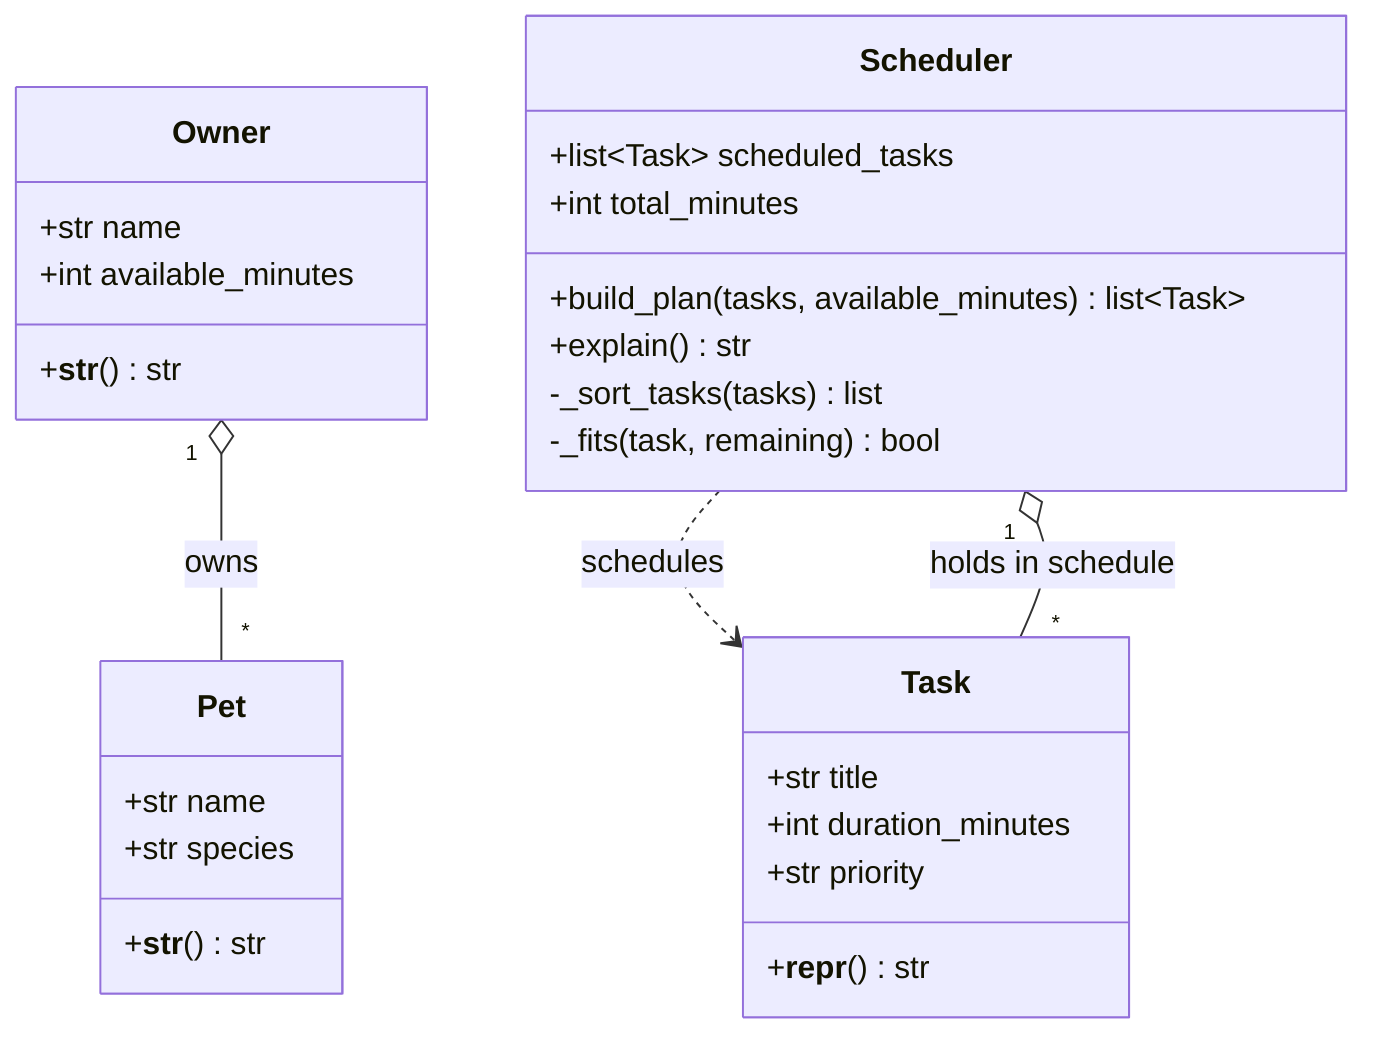
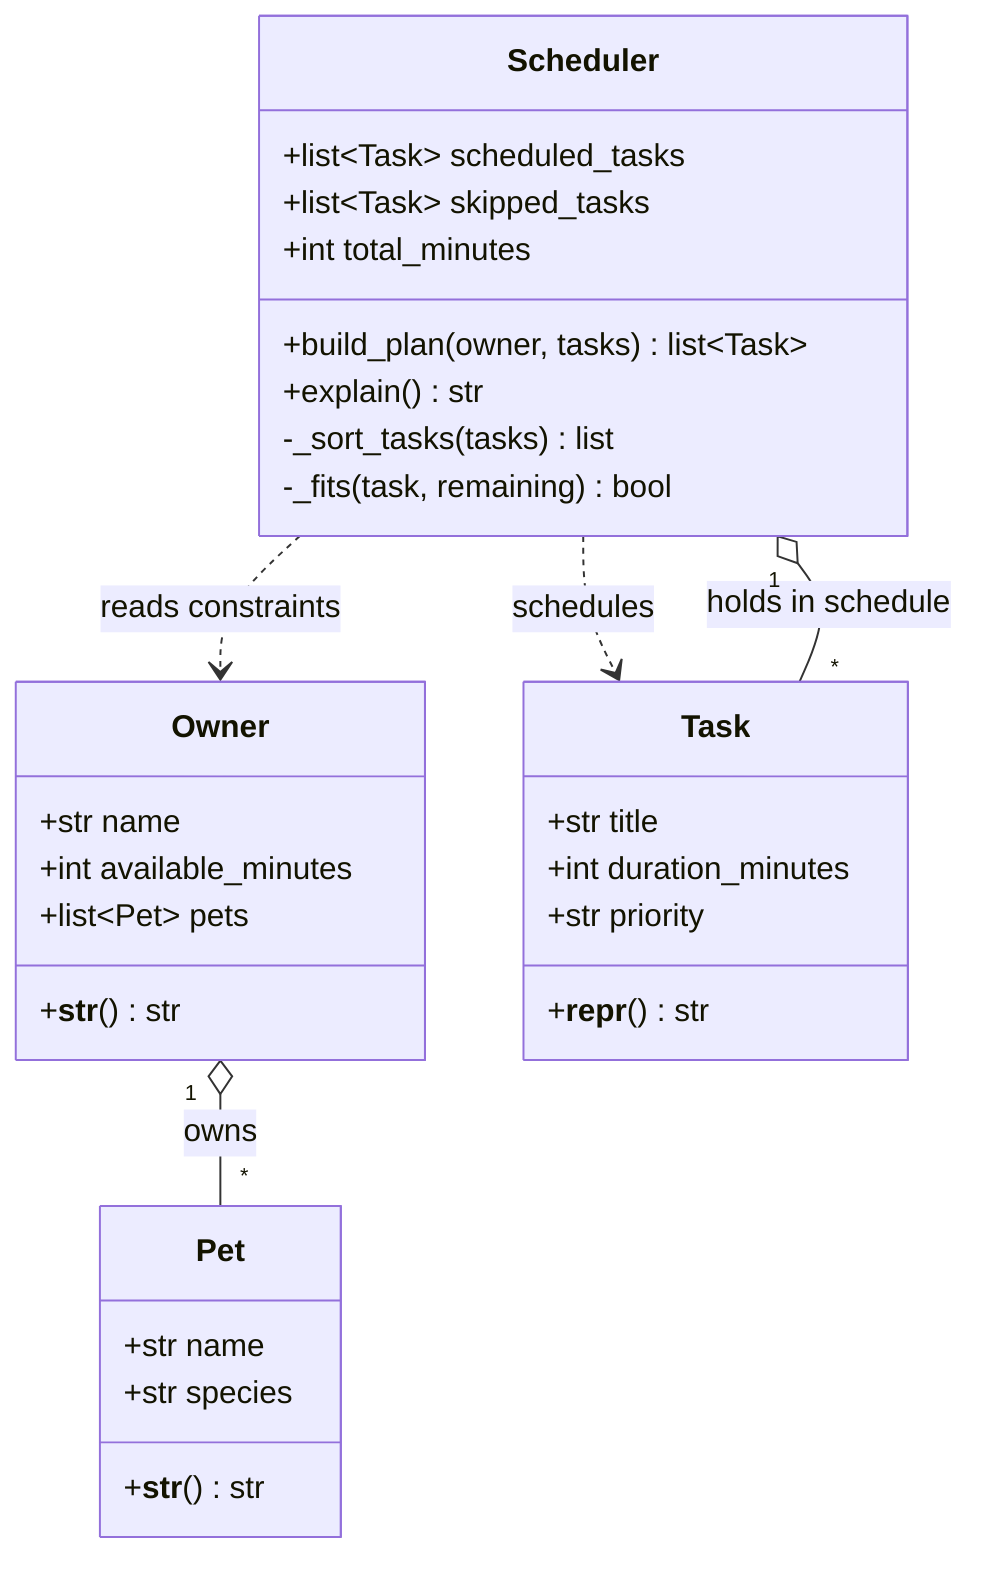
classDiagram
    %% PawPal+ — pet care planning assistant (4-class design)
    %% Owner, Pet, Task are data classes.
    %% Scheduler holds the logic AND the resulting schedule.

    class Owner {
        +str name
        +int available_minutes
+         +list~Pet~ pets
        +__str__() str
    }

    class Pet {
        +str name
        +str species
        +__str__() str
    }

    class Task {
        +str title
        +int duration_minutes
        +str priority
        +__repr__() str
    }

    class Scheduler {
        +list~Task~ scheduled_tasks
+         +list~Task~ skipped_tasks
        +int total_minutes
-         +build_plan(tasks, available_minutes) list~Task~
+         +build_plan(owner, tasks) list~Task~
        +explain() str
        -_sort_tasks(tasks) list
        -_fits(task, remaining) bool
    }

    Owner "1" o-- "*" Pet : owns
+     Scheduler ..> Owner : reads constraints
    Scheduler ..> Task : schedules
    Scheduler "1" o-- "*" Task : holds in schedule
